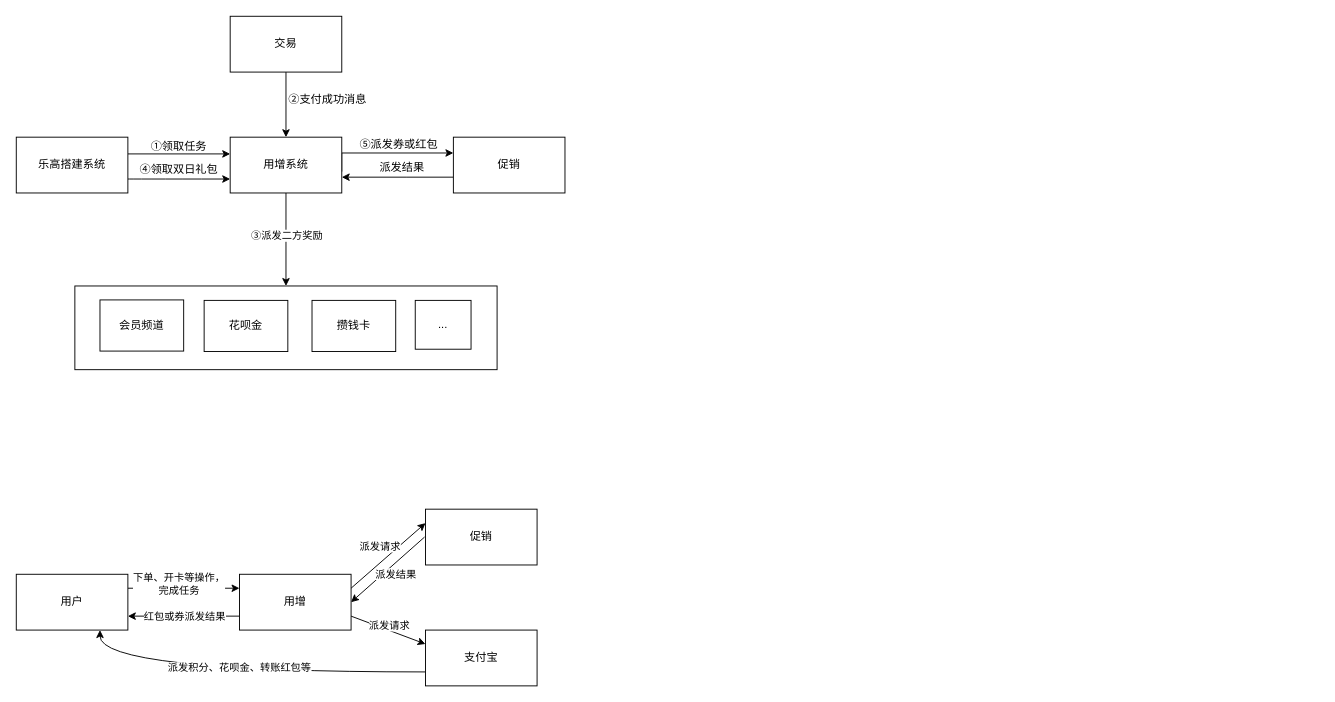
zengnm/diagrams keeps this draw.io diagram as 业务流程图.drawio. Above is the earlier version. Source tidied: cells renumbered, new cells numbered last; positions are measured from the earlier drawing's top-left corner, leaving out a move shared by most shapes. Both pictures are drawn from the tidied source at 93%, with x=0, y=0 at pixel (16, 16).
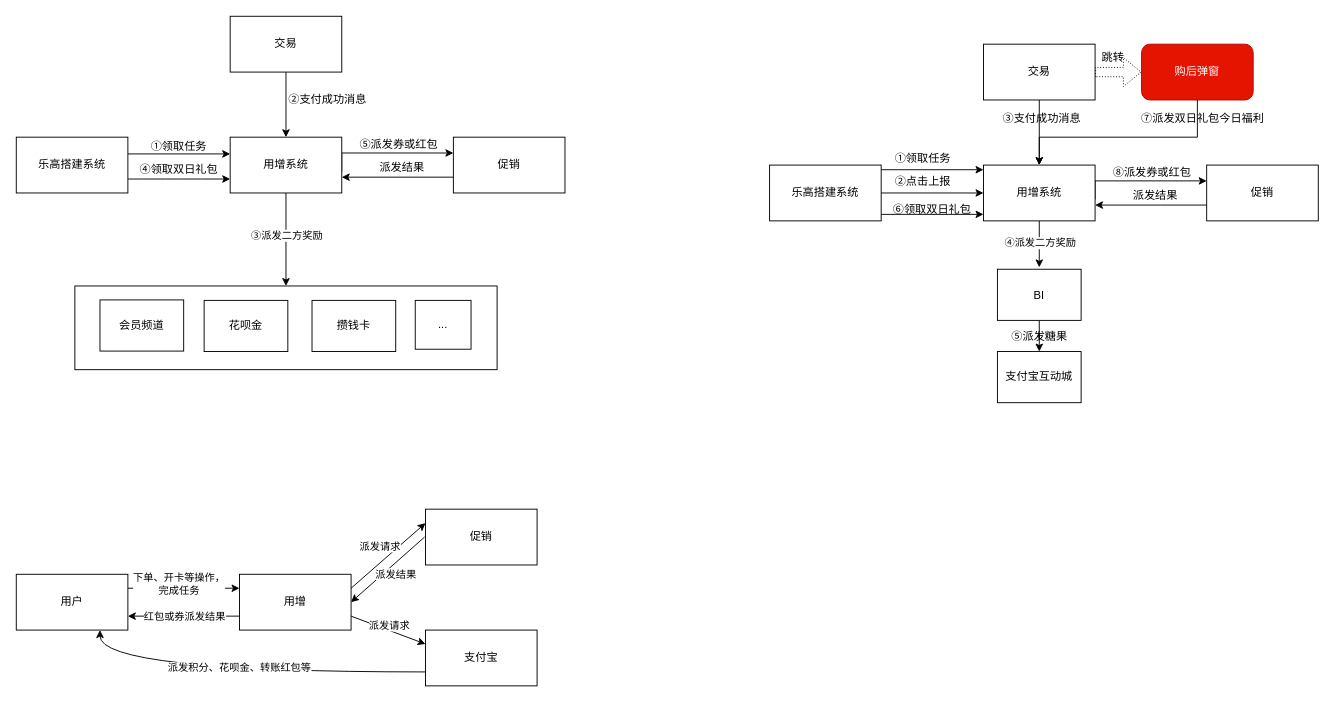
The same page after the edit.

Commit message:
Update 业务流程图.drawio

Diff of the diagram source:
```diff
@@
+    <mxCell id="39" style="edgeStyle=orthogonalEdgeStyle;rounded=0;orthogonalLoop=1;jettySize=auto;html=1;entryX=0;entryY=0.5;entryDx=0;entryDy=0;" parent="1" edge="1">
+      <mxGeometry relative="1" as="geometry">
+        <mxPoint x="930" y="165" as="sourcePoint" />
+        <mxPoint x="1040" y="165" as="targetPoint" />
+      </mxGeometry>
+    </mxCell>
+    <mxCell id="40" value="乐高搭建系统" style="rounded=0;whiteSpace=wrap;html=1;" parent="1" vertex="1">
+      <mxGeometry x="810" y="160" width="120" height="60" as="geometry" />
+    </mxCell>
+    <mxCell id="41" style="edgeStyle=orthogonalEdgeStyle;rounded=0;orthogonalLoop=1;jettySize=auto;html=1;exitX=1;exitY=0.5;exitDx=0;exitDy=0;" parent="1" edge="1">
+      <mxGeometry relative="1" as="geometry">
+        <mxPoint x="1160" y="197" as="sourcePoint" />
+        <mxPoint x="1280" y="177" as="targetPoint" />
+        <Array as="points">
+          <mxPoint x="1160" y="177" />
+        </Array>
+      </mxGeometry>
+    </mxCell>
+    <mxCell id="42" style="edgeStyle=orthogonalEdgeStyle;rounded=0;jettySize=auto;html=1;" parent="1" edge="1" source="44">
+      <mxGeometry relative="1" as="geometry">
+        <mxPoint x="1100" y="270" as="targetPoint" />
+      </mxGeometry>
+    </mxCell>
+    <mxCell id="43" value="④派发二方奖励" style="edgeLabel;html=1;align=center;verticalAlign=middle;" parent="42" vertex="1">
+      <mxGeometry x="-0.1" relative="1" as="geometry" />
+    </mxCell>
+    <mxCell id="44" value="用增系统" style="rounded=0;whiteSpace=wrap;html=1;" parent="1" vertex="1">
+      <mxGeometry x="1040" y="160" width="120" height="60" as="geometry" />
+    </mxCell>
+    <mxCell id="45" style="edgeStyle=orthogonalEdgeStyle;rounded=0;jettySize=auto;html=1;" parent="1" edge="1" source="46" target="44">
+      <mxGeometry relative="1" as="geometry" />
+    </mxCell>
+    <mxCell id="46" value="交易" style="rounded=0;whiteSpace=wrap;html=1;" parent="1" vertex="1">
+      <mxGeometry x="1040" y="30" width="120" height="60" as="geometry" />
+    </mxCell>
+    <mxCell id="47" value="①领取任务" style="text;html=1;strokeColor=none;fillColor=none;align=center;verticalAlign=middle;whiteSpace=wrap;rounded=0;" parent="1" vertex="1">
+      <mxGeometry x="940" y="143" width="70" height="20" as="geometry" />
+    </mxCell>
+    <mxCell id="48" value="③支付成功消息" style="text;html=1;strokeColor=none;fillColor=none;align=center;verticalAlign=middle;whiteSpace=wrap;rounded=0;" parent="1" vertex="1">
+      <mxGeometry x="1057.5" y="100" width="90" height="20" as="geometry" />
+    </mxCell>
+    <mxCell id="49" style="edgeStyle=orthogonalEdgeStyle;rounded=0;orthogonalLoop=1;jettySize=auto;html=1;entryX=1;entryY=0.5;entryDx=0;entryDy=0;" parent="1" edge="1">
+      <mxGeometry relative="1" as="geometry">
+        <mxPoint x="1280" y="203" as="sourcePoint" />
+        <mxPoint x="1160" y="203" as="targetPoint" />
+        <Array as="points">
+          <mxPoint x="1230" y="203" />
+          <mxPoint x="1230" y="203" />
+        </Array>
+      </mxGeometry>
+    </mxCell>
+    <mxCell id="50" value="促销" style="rounded=0;whiteSpace=wrap;html=1;" parent="1" vertex="1">
+      <mxGeometry x="1280" y="160" width="120" height="60" as="geometry" />
+    </mxCell>
+    <mxCell id="51" value="⑧派发券或红包" style="text;html=1;strokeColor=none;fillColor=none;align=center;verticalAlign=middle;whiteSpace=wrap;rounded=0;" parent="1" vertex="1">
+      <mxGeometry x="1173.5" y="163" width="95" height="10" as="geometry" />
+    </mxCell>
+    <mxCell id="52" value="派发结果" style="text;html=1;strokeColor=none;fillColor=none;align=center;verticalAlign=middle;whiteSpace=wrap;rounded=0;" parent="1" vertex="1">
+      <mxGeometry x="1200" y="183" width="50" height="20" as="geometry" />
+    </mxCell>
+    <mxCell id="53" style="edgeStyle=orthogonalEdgeStyle;rounded=0;jettySize=auto;html=1;entryX=0.5;entryY=0;entryDx=0;entryDy=0;" parent="1" edge="1" source="54" target="55">
+      <mxGeometry relative="1" as="geometry" />
+    </mxCell>
+    <mxCell id="54" value="BI" style="rounded=0;whiteSpace=wrap;html=1;" parent="1" vertex="1">
+      <mxGeometry x="1055" y="272" width="90" height="55" as="geometry" />
+    </mxCell>
+    <mxCell id="55" value="支付宝互动城" style="rounded=0;whiteSpace=wrap;html=1;" parent="1" vertex="1">
+      <mxGeometry x="1055" y="360.5" width="90" height="55" as="geometry" />
+    </mxCell>
+    <mxCell id="56" value="⑤派发糖果" style="text;html=1;strokeColor=none;fillColor=none;align=center;verticalAlign=middle;whiteSpace=wrap;rounded=0;" parent="1" vertex="1">
+      <mxGeometry x="1057.5" y="330" width="85" height="30" as="geometry" />
+    </mxCell>
+    <mxCell id="57" style="endArrow=classic;html=1;rounded=0;exitX=1;exitY=0.5;exitDx=0;exitDy=0;entryX=0;entryY=0.5;entryDx=0;entryDy=0;" parent="1" edge="1" source="40" target="44">
+      <mxGeometry relative="1" as="geometry" />
+    </mxCell>
+    <mxCell id="58" value="②点击上报" style="text;html=1;strokeColor=none;fillColor=none;align=center;verticalAlign=middle;whiteSpace=wrap;rounded=0;" parent="1" vertex="1">
+      <mxGeometry x="935" y="163" width="80" height="30" as="geometry" />
+    </mxCell>
+    <mxCell id="59" style="endArrow=classic;html=1;rounded=0;" parent="1" edge="1">
+      <mxGeometry relative="1" as="geometry">
+        <mxPoint x="930" y="213" as="sourcePoint" />
+        <mxPoint x="1040" y="213" as="targetPoint" />
+      </mxGeometry>
+    </mxCell>
+    <mxCell id="60" value="&lt;span style=&quot;font-family: &amp;#34;helvetica&amp;#34;&quot;&gt;⑥领取双日礼包&lt;/span&gt;" style="text;html=1;strokeColor=none;fillColor=none;align=center;verticalAlign=middle;whiteSpace=wrap;rounded=0;" parent="1" vertex="1">
+      <mxGeometry x="940" y="193" width="90" height="30" as="geometry" />
+    </mxCell>
+    <mxCell id="61" value="购后弹窗" style="rounded=1;whiteSpace=wrap;html=1;fillColor=#e51400;strokeColor=#B20000;fontColor=#ffffff;" parent="1" vertex="1">
+      <mxGeometry x="1210" y="30" width="120" height="60" as="geometry" />
+    </mxCell>
+    <mxCell id="62" style="shape=flexArrow;endArrow=classic;html=1;rounded=0;entryX=0;entryY=0.5;entryDx=0;entryDy=0;exitX=1;exitY=0.5;exitDx=0;exitDy=0;dashed=1;dashPattern=1 2;" parent="1" edge="1" source="46" target="61">
+      <mxGeometry relative="1" as="geometry" />
+    </mxCell>
+    <mxCell id="63" style="endArrow=classic;html=1;rounded=0;exitX=0.5;exitY=1;exitDx=0;exitDy=0;entryX=0.5;entryY=0;entryDx=0;entryDy=0;" parent="1" edge="1" source="61" target="44">
+      <mxGeometry relative="1" as="geometry">
+        <Array as="points">
+          <mxPoint x="1270" y="130" />
+          <mxPoint x="1100" y="130" />
+        </Array>
+      </mxGeometry>
+    </mxCell>
+    <mxCell id="64" value="⑦派发双日礼包今日福利" style="text;html=1;strokeColor=none;fillColor=none;align=center;verticalAlign=middle;whiteSpace=wrap;rounded=0;" parent="1" vertex="1">
+      <mxGeometry x="1191" y="95" width="170" height="30" as="geometry" />
+    </mxCell>
+    <mxCell id="65" value="跳转" style="text;html=1;strokeColor=none;fillColor=none;align=center;verticalAlign=middle;whiteSpace=wrap;rounded=0;" parent="1" vertex="1">
+      <mxGeometry x="1160" y="30" width="39" height="30" as="geometry" />
+    </mxCell>
```
